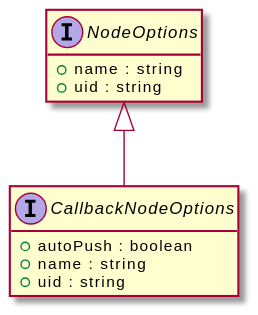
OpenHPS/openhps-core keeps this PlantUML diagram as assets/CallbackNodeOptions-umlClassDiagram-15670.svg. Above is the earlier version. Its diagram source:
```plantuml
@startuml
skinparam BackgroundColor transparent
hide empty methods
hide empty fields
interface "CallbackNodeOptions" {
    +autoPush : boolean
    +name : string
    +uid : string
}
interface "NodeOptions" {
    +name : string
    +uid : string
}
"NodeOptions" <|-- "CallbackNodeOptions"
@enduml
```
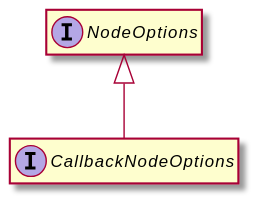
After the commit.

The edit, as a diff of the source:
```diff
@@ -3,13 +3,8 @@
 hide empty methods
 hide empty fields
 interface "CallbackNodeOptions" {
-    +autoPush : boolean
-    +name : string
-    +uid : string
 }
 interface "NodeOptions" {
-    +name : string
-    +uid : string
 }
 "NodeOptions" <|-- "CallbackNodeOptions"
 @enduml
```
